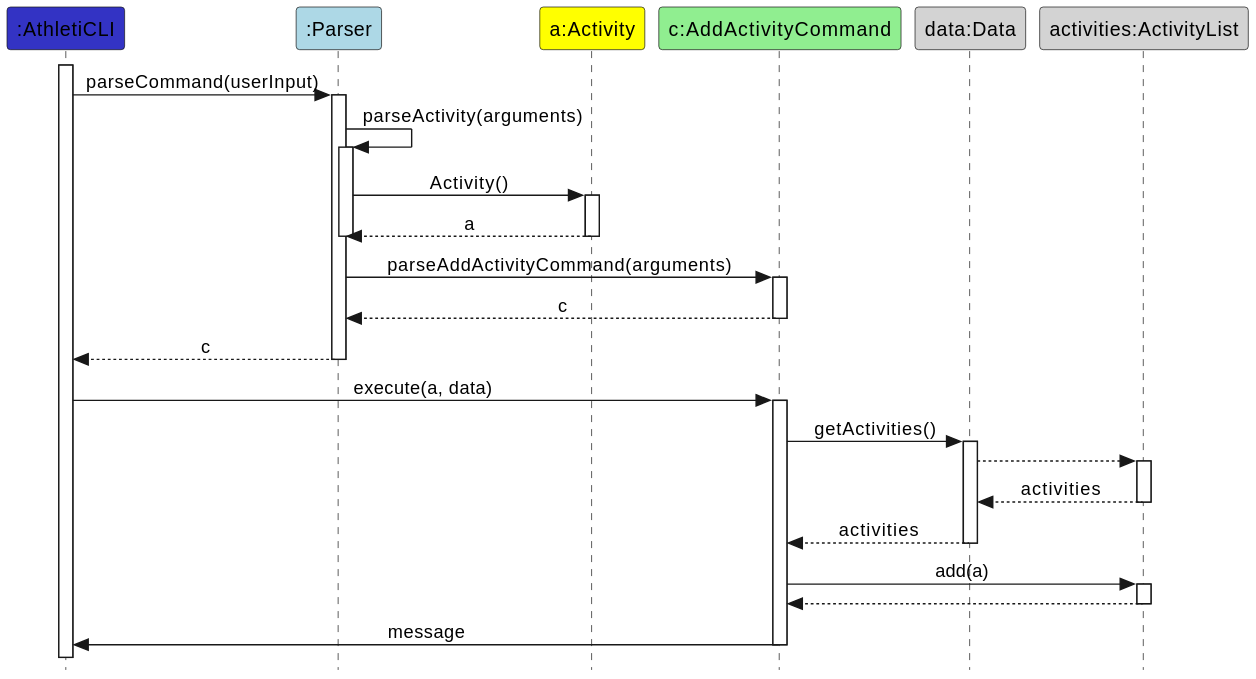
Above: docs/images/AddActivity.svg in AY2324S1-CS2113-T17-1/tp (PlantUML), before the change.
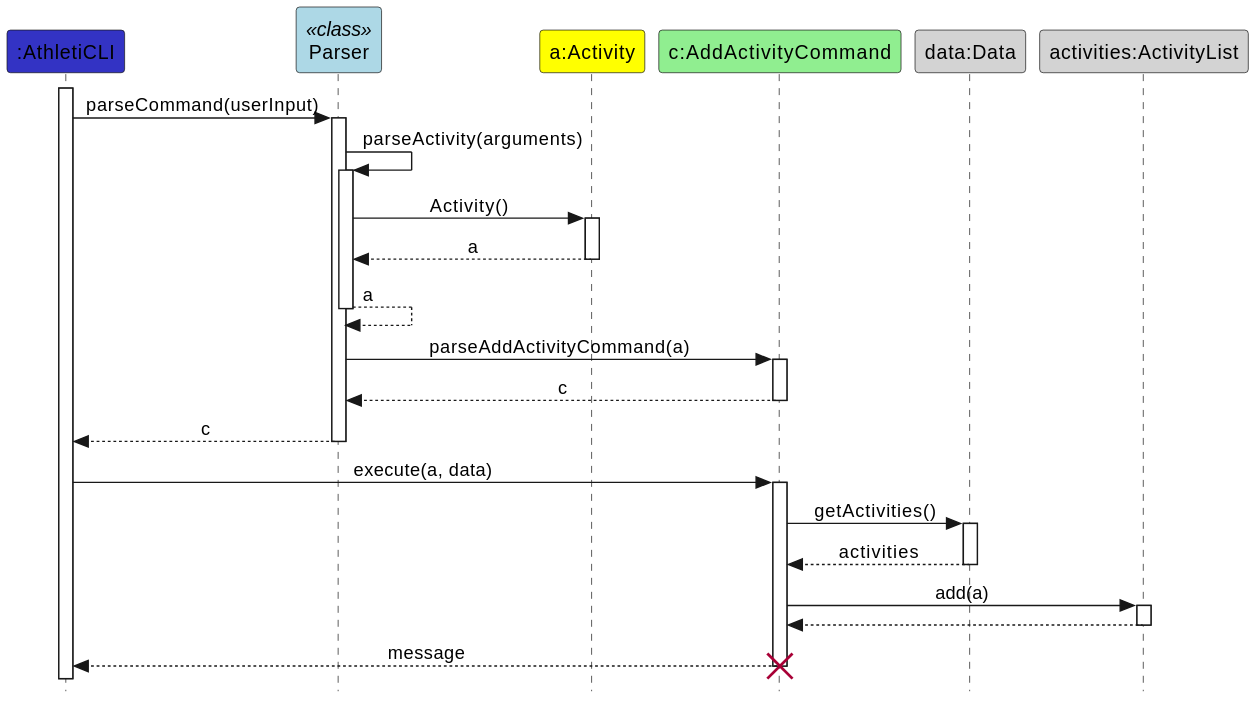
Later version of the same file.

Commit message:
Correct activity UML diagrams

Diff of the diagram source:
```diff
@@ -3,13 +3,9 @@
 skinparam SequenceMessageAlignment center
 
 !define LOGIC_COLOR #3333C4
-!define LOGIC_COLOR_T1 #7777DB
-!define LOGIC_COLOR_T2 #5252CE
-!define LOGIC_COLOR_T3 #1616B0
-!define LOGIC_COLOR_T4 #101086
 
 participant ":AthletiCLI" as AthletiCLI LOGIC_COLOR
-participant ":Parser" as Parser #lightblue
+participant "Parser" as Parser <<class>> #lightblue
 participant "a:Activity" as Activity #yellow
 participant "c:AddActivityCommand" as AddActivityCommand #lightgreen
 participant "data:Data" as Data #lightgrey
@@ -20,18 +16,19 @@
 Parser -> Parser++: parseActivity(arguments)
 Parser -> Activity++: Activity()
 Activity --> Parser--: a
+Parser --> Parser: a
 Parser--
-Parser -> AddActivityCommand++: parseAddActivityCommand(arguments)
+Parser -> AddActivityCommand++: parseAddActivityCommand(a)
 AddActivityCommand --> Parser--: c
 Parser --> AthletiCLI--: c
 
 AthletiCLI -> AddActivityCommand++: execute(a, data)
 AddActivityCommand -> Data++: getActivities()
-Data --> activities++
-activities --> Data--: activities
 
 Data --> AddActivityCommand--: activities
 AddActivityCommand -> activities++: add(a)
 activities --> AddActivityCommand--
-AddActivityCommand -> AthletiCLI--: message
+AddActivityCommand --> AthletiCLI--: message
+
+destroy AddActivityCommand
 @enduml
```
